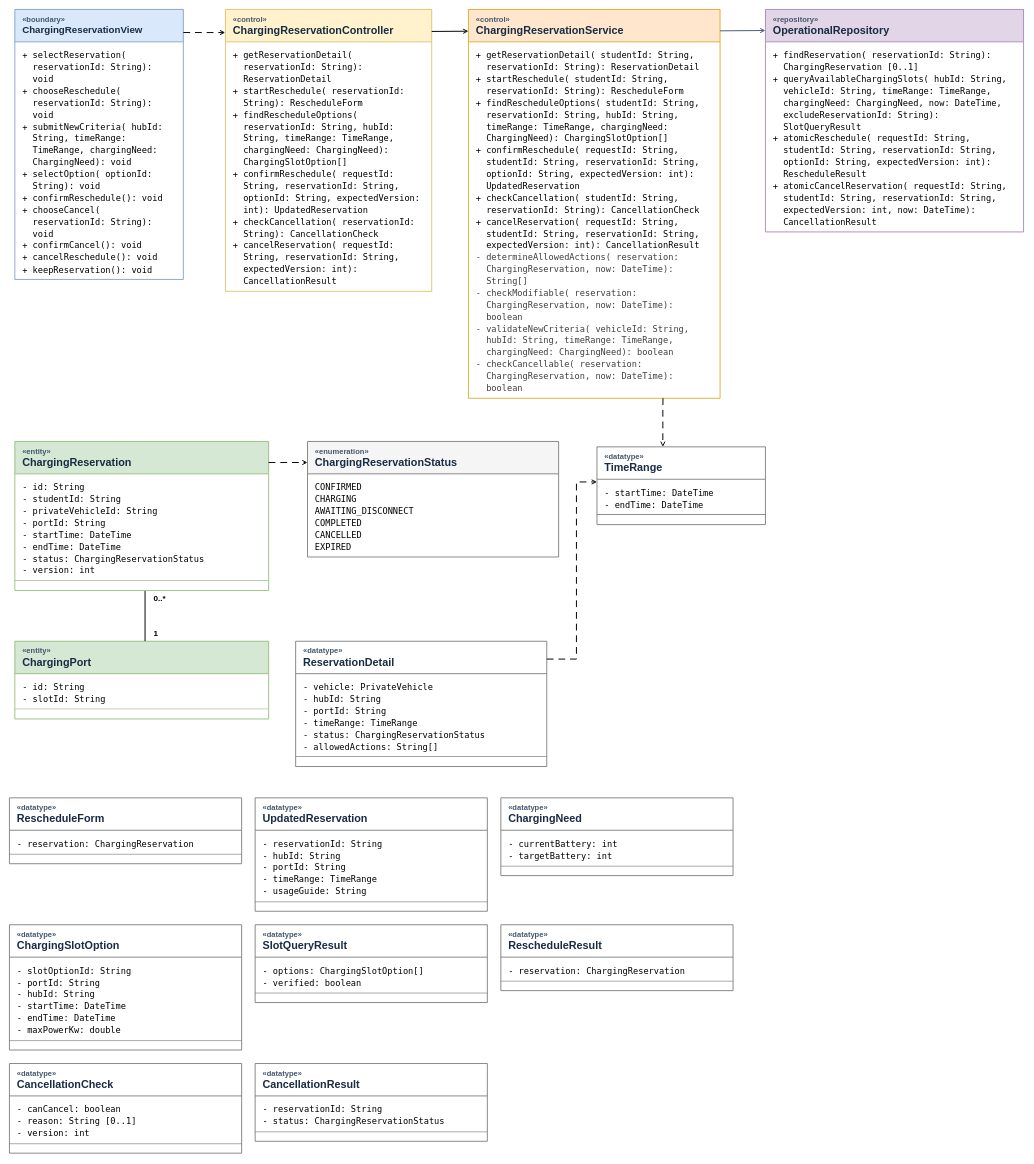
Earlier version of the draw.io diagram docs/hoangnhan_submission3/UC09.drawio (nhanbui304/smart-emobility-hub). Source tidied: cells renumbered, new cells numbered last; positions are measured from the earlier drawing's top-left corner, leaving out a move shared by most shapes. Both pictures are drawn from the tidied source at 54%, with x=0, y=0 at pixel (9, 9).
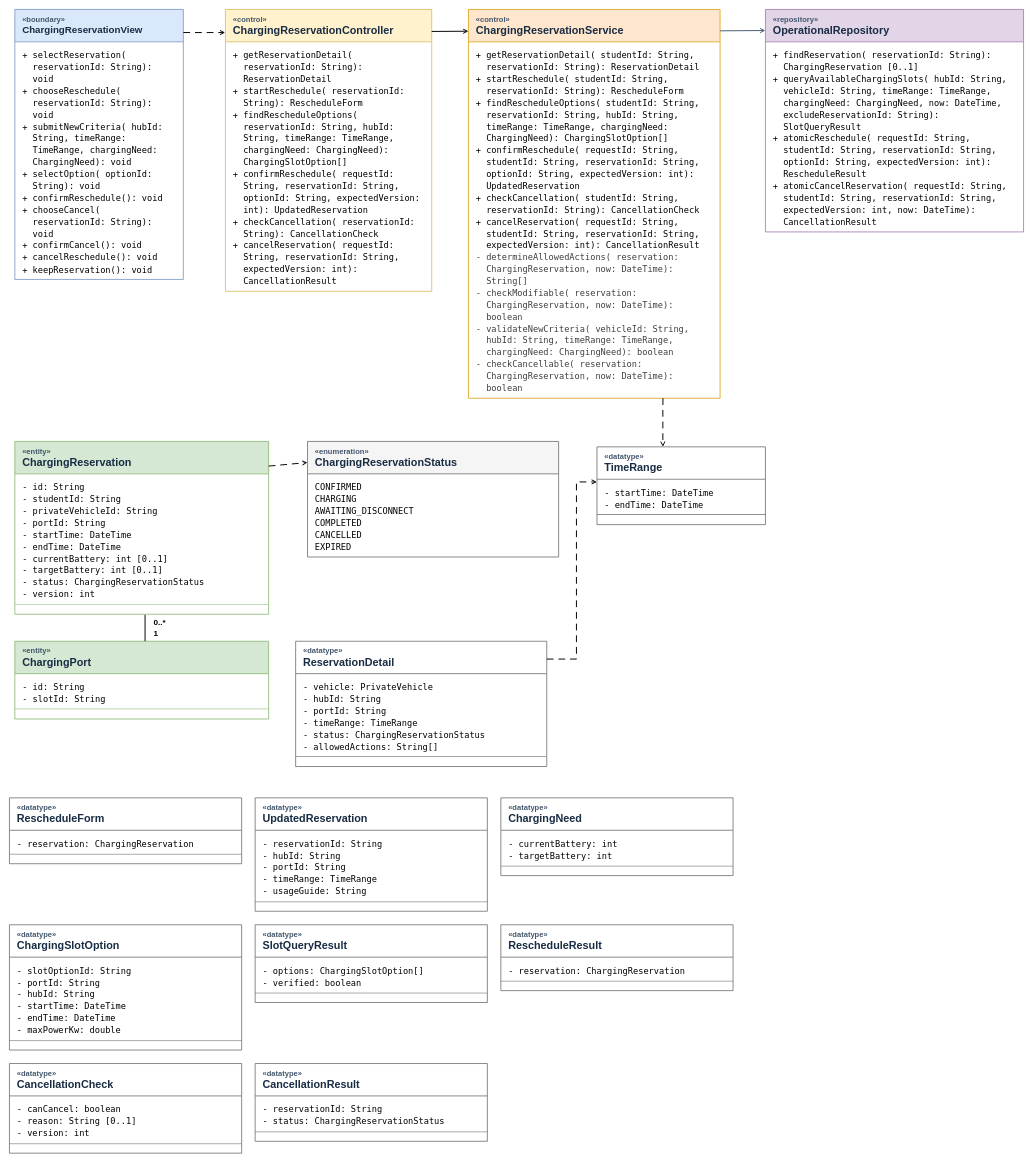
After the change.

The edit, as a diff of the source:
```diff
@@
     <mxCell id="10" value="&lt;div style=&quot;font-size:14px;color:#42566c;&quot;&gt;«entity»&lt;/div&gt;&lt;div style=&quot;font-size:20px;font-weight:bold;&quot;&gt;ChargingReservation&lt;/div&gt;" style="swimlane;startSize=60;horizontal=1;html=1;rounded=0;align=left;verticalAlign=middle;spacingLeft=12;fontColor=#182C43;fillColor=#d5e8d4;swimlaneFillColor=#ffffff;strokeColor=#82b366;strokeWidth=1.4;" parent="1" vertex="1">
-      <mxGeometry x="10" y="800" width="470" height="258" as="geometry" />
+      <mxGeometry x="10" y="800" width="470" height="302" as="geometry" />
     </mxCell>
-    <mxCell id="11" value="&lt;div style=&quot;font-family:DejaVu Sans Mono, monospace;font-size:16px;line-height:22px;&quot;&gt;- id: String&lt;br&gt;- studentId: String&lt;br&gt;- privateVehicleId: String&lt;br&gt;- portId: String&lt;br&gt;- startTime: DateTime&lt;br&gt;- endTime: DateTime&lt;br&gt;- status: ChargingReservationStatus&lt;br&gt;- version: int&lt;/div&gt;" style="text;html=1;align=left;verticalAlign=top;spacingTop=8;spacingLeft=12;strokeColor=none;fillColor=none;whiteSpace=wrap;overflow=hidden;" parent="10" vertex="1">
-      <mxGeometry y="60" width="470" height="198" as="geometry" />
+    <mxCell id="11" value="&lt;div style=&quot;font-family:DejaVu Sans Mono, monospace;font-size:16px;line-height:22px;&quot;&gt;- id: String&lt;br&gt;- studentId: String&lt;br&gt;- privateVehicleId: String&lt;br&gt;- portId: String&lt;br&gt;- startTime: DateTime&lt;br&gt;- endTime: DateTime&lt;br&gt;- currentBattery: int [0..1]&lt;br&gt;- targetBattery: int [0..1]&lt;br&gt;- status: ChargingReservationStatus&lt;br&gt;- version: int&lt;/div&gt;" style="text;html=1;align=left;verticalAlign=top;spacingTop=8;spacingLeft=12;strokeColor=none;fillColor=none;whiteSpace=wrap;overflow=hidden;" parent="10" vertex="1">
+      <mxGeometry y="60" width="470" height="242" as="geometry" />
     </mxCell>
@@
     <mxCell id="62" value="&lt;div style=&quot;font-size: 14px; color: rgb(66, 86, 108);&quot;&gt;&lt;br&gt;&lt;/div&gt;" style="swimlane;startSize=0;horizontal=1;html=1;rounded=0;align=left;verticalAlign=middle;spacingLeft=12;fontColor=#182C43;fillColor=#d5e8d4;swimlaneFillColor=#ffffff;strokeColor=#82b366;strokeWidth=1.4;" parent="1" vertex="1">
-      <mxGeometry x="10" y="1058" width="470" height="18" as="geometry" />
+      <mxGeometry x="10" y="1102" width="470" height="18" as="geometry" />
     </mxCell>
```
